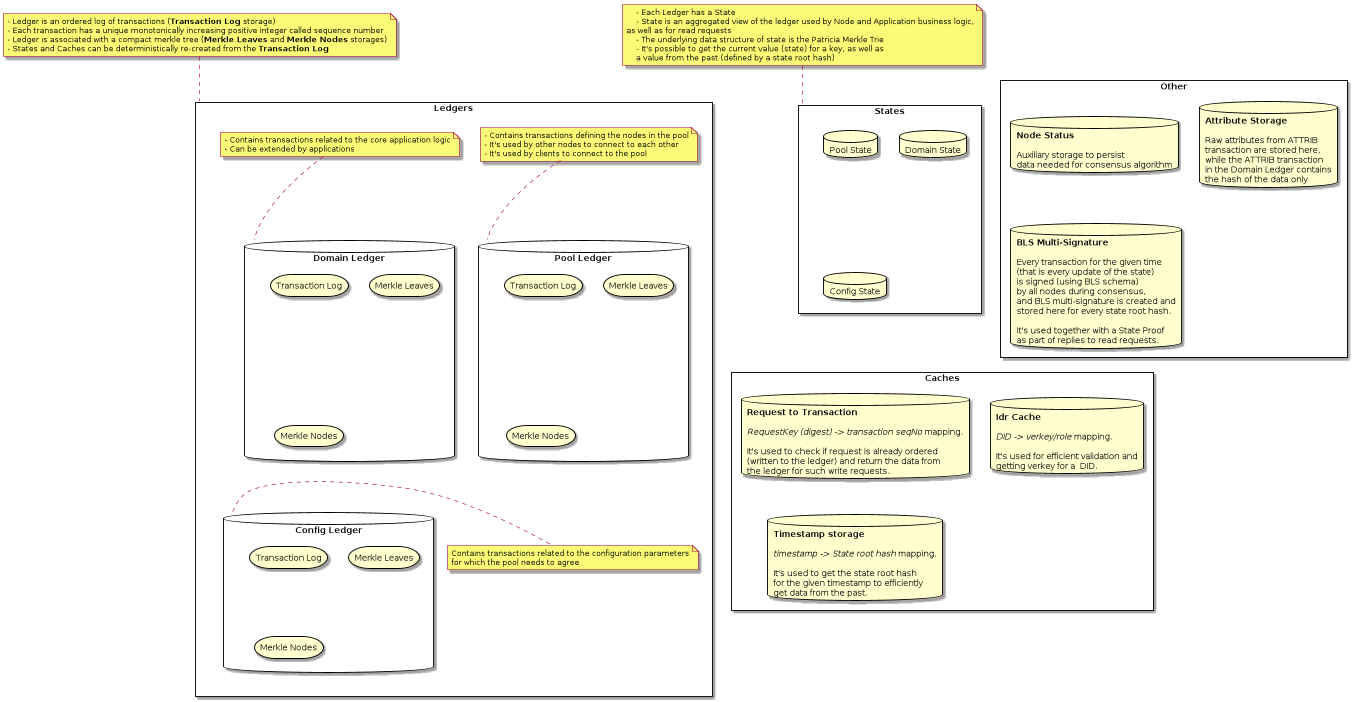
Above: docs/diagrams/storages.png in hyperledger/indy-plenum (PlantUML), before the change.
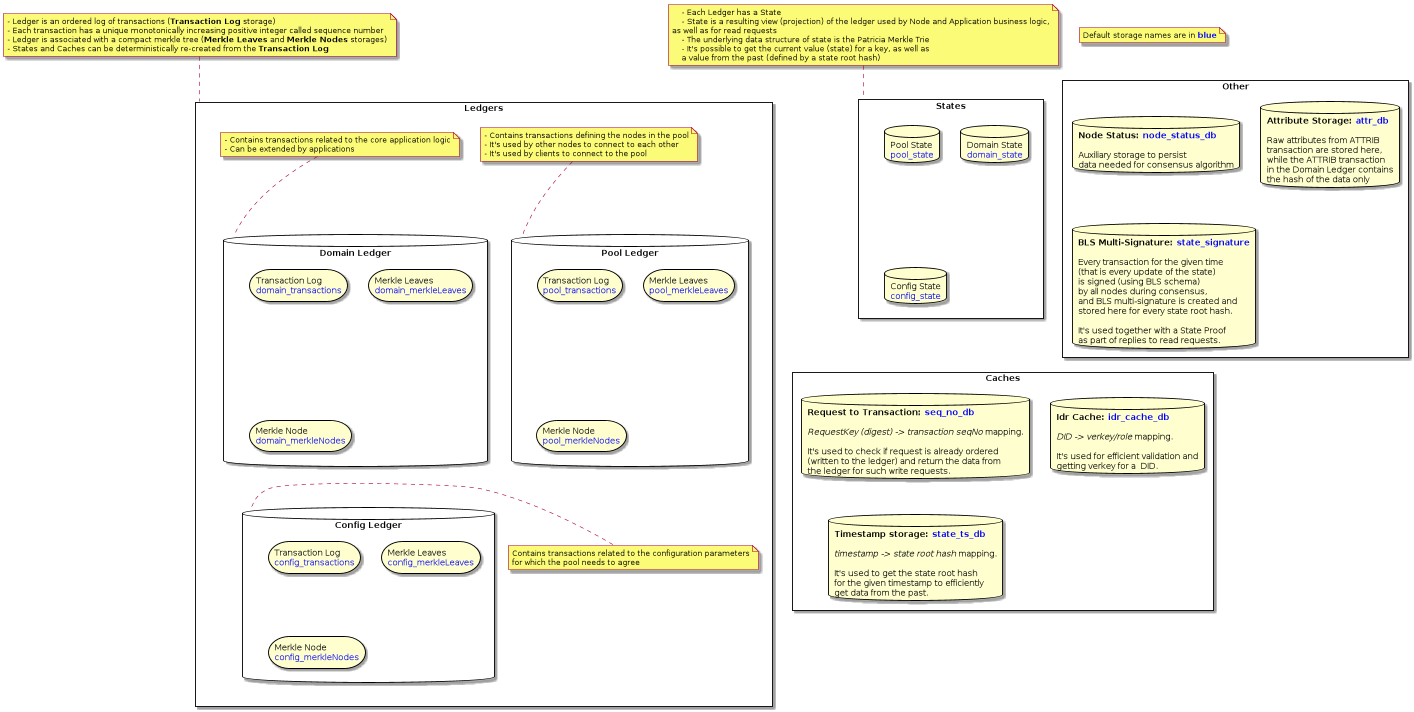
The same file after the commit.

Commit message:
Update storage diagram and docs

The edit, as a diff of the source:
```diff
@@ -1,10 +1,22 @@
 @startuml
+
+note "Default storage names are in <b><color blue>blue</color></b>" as N1
+
 rectangle "Ledgers" {
 
     database "Pool Ledger" as PL {
-      storage "Transaction Log" as P1
-      storage "Merkle Leaves" as P2
-      storage "Merkle Nodes" as P3
+      storage P1[
+      Transaction Log
+      <color blue>pool_transactions</color>
+      ]
+      storage P2[
+      Merkle Leaves
+      <color blue>pool_merkleLeaves</color>
+      ]
+      storage P3[
+      Merkle Node
+      <color blue>pool_merkleNodes</color>
+      ]
     }
     note top of PL
          - Contains transactions defining the nodes in the pool
@@ -14,9 +26,18 @@
 
 
     database "Domain Ledger" as DL {
-      storage "Transaction Log" as D1
-      storage "Merkle Leaves" as D2
-      storage "Merkle Nodes" as D3
+      storage D1[
+      Transaction Log
+      <color blue>domain_transactions</color>
+      ]
+      storage D2[
+      Merkle Leaves
+      <color blue>domain_merkleLeaves</color>
+      ]
+      storage D3[
+      Merkle Node
+      <color blue>domain_merkleNodes</color>
+      ]
     }
     note top of DL
          - Contains transactions related to the core application logic
@@ -24,9 +45,18 @@
     end note
 
     database "Config Ledger" as CL {
-      storage "Transaction Log" as C1
-      storage "Merkle Leaves" as C2
-      storage "Merkle Nodes" as C3
+      storage C1[
+      Transaction Log
+      <color blue>config_transactions</color>
+      ]
+      storage C2[
+      Merkle Leaves
+      <color blue>config_merkleLeaves</color>
+      ]
+      storage C3[
+      Merkle Node
+      <color blue>config_merkleNodes</color>
+      ]
     }
     note right of CL
       Contains transactions related to the configuration parameters
@@ -41,15 +71,23 @@
     - States and Caches can be deterministically re-created from the <b>Transaction Log</b>
 end note
 
-
 rectangle "States" {
-    database "Pool State"
-    database "Domain State"
-    database "Config State"
+    database S1[
+    Pool State
+    <color blue>pool_state</color>
+    ]
+    database S2[
+    Domain State
+    <color blue>domain_state</color>
+    ]
+    database S3[
+    Config State
+    <color blue>config_state</color>
+    ]
 }
 note top of States
     - Each Ledger has a State
-    - State is an aggregated view of the ledger used by Node and Application business logic,
+    - State is a resulting view (projection) of the ledger used by Node and Application business logic,
 as well as for read requests
     - The underlying data structure of state is the Patricia Merkle Trie
     - It's possible to get the current value (state) for a key, as well as
@@ -58,14 +96,14 @@
 
 rectangle "Other" {
     database database1 [
-    <b>Node Status</b>
+    <b>Node Status: <color blue>node_status_db</color></b>
 
     Auxiliary storage to persist
     data needed for consensus algorithm
     ]
 
     database database2 [
-    <b>Attribute Storage</b>
+    <b>Attribute Storage: <color blue>attr_db</color></b>
 
     Raw attributes from ATTRIB
     transaction are stored here,
@@ -75,7 +113,7 @@
     ]
 
     database database3 [
-    <b>BLS Multi-Signature</b>
+    <b>BLS Multi-Signature: <color blue>state_signature</color></b>
 
     Every transaction for the given time
     (that is every update of the state)
@@ -91,7 +129,7 @@
 
 rectangle "Caches" {
     database database5 [
-    <b>Request to Transaction</b>
+    <b>Request to Transaction: <color blue>seq_no_db</color></b>
 
     <i>RequestKey (digest) -> transaction seqNo</i> mapping.
 
@@ -101,7 +139,7 @@
     ]
 
     database database4 [
-    <b>Idr Cache</b>
+    <b>Idr Cache: <color blue>idr_cache_db</color></b>
 
     <i>DID -> verkey/role</i> mapping.
 
@@ -110,9 +148,9 @@
     ]
 
     database database6 [
-    <b>Timestamp storage</b>
+    <b>Timestamp storage: <color blue>state_ts_db</color></b>
 
-    <i>timestamp -> State root hash</i> mapping.
+    <i>timestamp -> state root hash</i> mapping.
 
     It's used to get the state root hash
     for the given timestamp to efficiently
```
